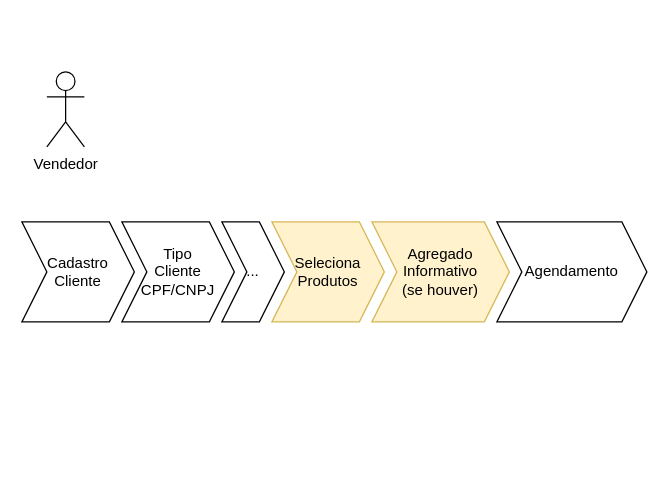
This is 130346 Bloqueio de produtos PME para clientes PF.drawio from samirali/ClaroBrasil, a draw.io file, before an edit. Source tidied: cells renumbered, new cells numbered last; positions are measured from the earlier drawing's top-left corner, leaving out a move shared by most shapes. Both pictures are drawn from the tidied source at 125%, with x=0, y=0 at pixel (21, 71).
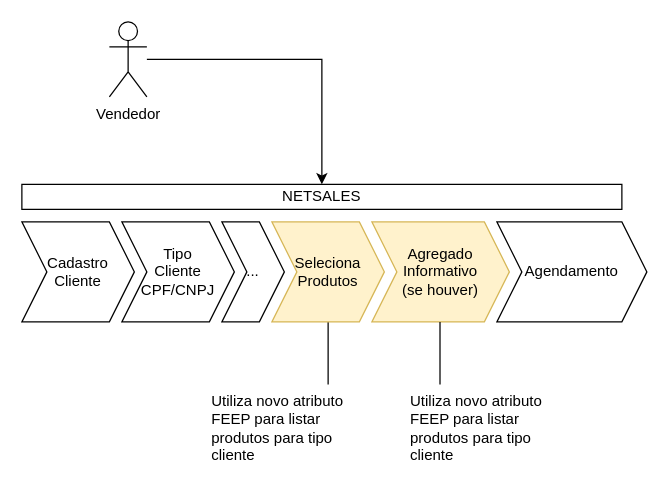
The same page after the edit.

What changed in the source:
```diff
@@
 <mxGraphModel>
   <root>
     <mxCell id="0" />
     <mxCell id="1" parent="0" />
+    <mxCell id="9" style="edgeStyle=orthogonalEdgeStyle;rounded=0;jettySize=auto;html=1;" parent="1" edge="1" source="2" target="14">
+      <mxGeometry relative="1" as="geometry">
+        <Array as="points">
+          <mxPoint x="240" y="-10" />
+        </Array>
+      </mxGeometry>
+    </mxCell>
     <mxCell id="2" value="Vendedor" style="shape=umlActor;verticalLabelPosition=bottom;verticalAlign=top;html=1;outlineConnect=0;" parent="1" vertex="1">
-      <mxGeometry x="20" width="30" height="60" as="geometry" />
+      <mxGeometry x="70" y="-40" width="30" height="60" as="geometry" />
     </mxCell>
     <mxCell id="3" value="Cadastro&lt;div&gt;Cliente&lt;/div&gt;" style="shape=step;perimeter=stepPerimeter;whiteSpace=wrap;html=1;fixedSize=1;" parent="1" vertex="1">
       <mxGeometry y="120" width="90" height="80" as="geometry" />
     </mxCell>
     <mxCell id="4" value="Tipo&lt;div&gt;Cliente&lt;/div&gt;&lt;div&gt;CPF/CNPJ&lt;/div&gt;" style="shape=step;perimeter=stepPerimeter;whiteSpace=wrap;html=1;fixedSize=1;" parent="1" vertex="1">
       <mxGeometry x="80" y="120" width="90" height="80" as="geometry" />
     </mxCell>
     <mxCell id="5" value="..." style="shape=step;perimeter=stepPerimeter;whiteSpace=wrap;html=1;fixedSize=1;" parent="1" vertex="1">
       <mxGeometry x="160" y="120" width="50" height="80" as="geometry" />
     </mxCell>
+    <mxCell id="10" style="edgeStyle=orthogonalEdgeStyle;rounded=0;jettySize=auto;html=1;endArrow=none;endFill=0;" parent="1" edge="1" source="6">
+      <mxGeometry relative="1" as="geometry">
+        <mxPoint x="245" y="250" as="targetPoint" />
+      </mxGeometry>
+    </mxCell>
     <mxCell id="6" value="Seleciona&lt;div&gt;Produtos&lt;/div&gt;" style="shape=step;perimeter=stepPerimeter;whiteSpace=wrap;html=1;fixedSize=1;fillColor=#fff2cc;strokeColor=#d6b656;" parent="1" vertex="1">
       <mxGeometry x="200" y="120" width="90" height="80" as="geometry" />
     </mxCell>
     <mxCell id="7" value="Agregado Informativo&lt;div&gt;(se houver)&lt;/div&gt;" style="shape=step;perimeter=stepPerimeter;whiteSpace=wrap;html=1;fixedSize=1;fillColor=#fff2cc;strokeColor=#d6b656;" parent="1" vertex="1">
       <mxGeometry x="280" y="120" width="110" height="80" as="geometry" />
     </mxCell>
     <mxCell id="8" value="Agendamento" style="shape=step;perimeter=stepPerimeter;whiteSpace=wrap;html=1;fixedSize=1;" parent="1" vertex="1">
       <mxGeometry x="380" y="120" width="120" height="80" as="geometry" />
     </mxCell>
+    <mxCell id="11" value="Utiliza novo atributo FEEP para listar produtos para tipo cliente" style="text;html=1;whiteSpace=wrap;strokeColor=none;fillColor=none;align=left;verticalAlign=middle;rounded=0;" parent="1" vertex="1">
+      <mxGeometry x="150" y="250" width="130" height="70" as="geometry" />
+    </mxCell>
+    <mxCell id="12" style="edgeStyle=orthogonalEdgeStyle;rounded=0;orthogonalLoop=1;jettySize=auto;html=1;endArrow=none;endFill=0;" parent="1" edge="1">
+      <mxGeometry relative="1" as="geometry">
+        <mxPoint x="334.5" y="200" as="sourcePoint" />
+        <mxPoint x="334.5" y="250" as="targetPoint" />
+        <Array as="points">
+          <mxPoint x="334.5" y="220" />
+          <mxPoint x="334.5" y="220" />
+        </Array>
+      </mxGeometry>
+    </mxCell>
+    <mxCell id="13" value="Utiliza novo atributo FEEP para listar produtos para tipo cliente" style="text;html=1;whiteSpace=wrap;strokeColor=none;fillColor=none;align=left;verticalAlign=middle;rounded=0;" parent="1" vertex="1">
+      <mxGeometry x="309" y="250" width="130" height="70" as="geometry" />
+    </mxCell>
+    <mxCell id="14" value="NETSALES" style="rounded=0;whiteSpace=wrap;html=1;" parent="1" vertex="1">
+      <mxGeometry y="90" width="480" height="20" as="geometry" />
+    </mxCell>
   </root>
 </mxGraphModel>
```
